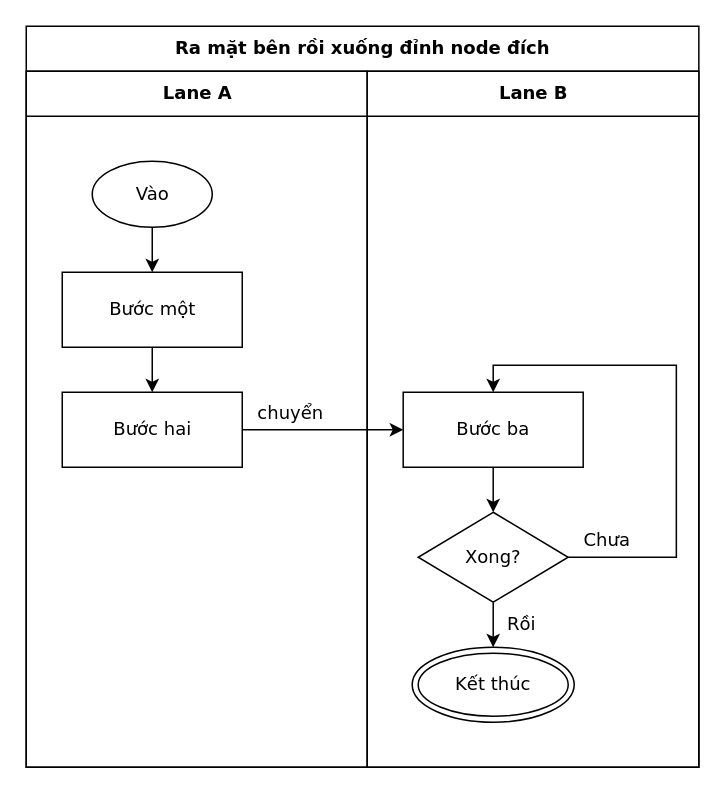
luytbq/flowcast keeps this draw.io diagram as conformance/golden/cases/29-route-l-down.drawio. Above is the earlier version. Source tidied: cells renumbered, new cells numbered last; positions are measured from the earlier drawing's top-left corner, leaving out a move shared by most shapes. Both pictures are drawn from the tidied source at 150%, with x=0, y=0 at pixel (26, 26).
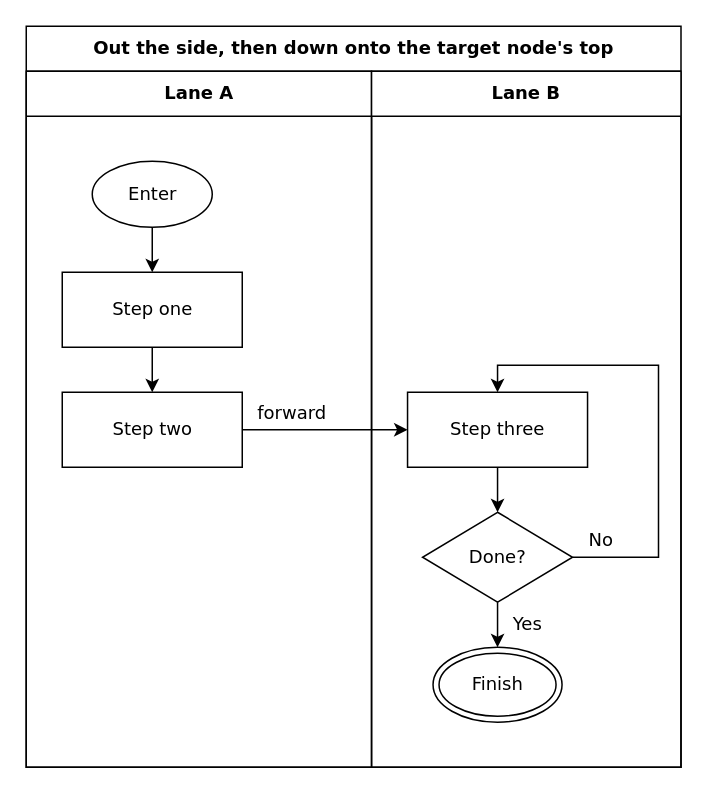
The same diagram, later.

The edit, as a diff of the source:
```diff
@@
-    <mxCell id="2" value="Ra mặt bên rồi xuống đỉnh node đích" style="swimlane;html=1;startSize=30;fontStyle=1;fontFamily=Verdana;fontSize=12;flowtable=1;" parent="1" vertex="1">
-      <mxGeometry width="448.4" height="494" as="geometry" />
+    <mxCell id="2" value="Out the side, then down onto the target node's top" style="swimlane;html=1;startSize=30;fontStyle=1;fontFamily=Verdana;fontSize=12;flowtable=1;" parent="1" vertex="1">
+      <mxGeometry width="436.5" height="494" as="geometry" />
     </mxCell>
     <mxCell id="3" value="Lane A" style="swimlane;html=1;startSize=30;fontFamily=Verdana;fontSize=12;flowtable=1;" parent="2" vertex="1">
-      <mxGeometry y="30" width="227.3" height="464" as="geometry" />
+      <mxGeometry y="30" width="230.2" height="464" as="geometry" />
     </mxCell>
     <mxCell id="4" value="Lane B" style="swimlane;html=1;startSize=30;fontFamily=Verdana;fontSize=12;flowtable=1;" parent="2" vertex="1">
-      <mxGeometry x="227.3" y="30" width="221.1" height="464" as="geometry" />
+      <mxGeometry x="230.2" y="30" width="206.3" height="464" as="geometry" />
     </mxCell>
-    <mxCell id="5" value="Vào" style="ellipse;html=1;fontFamily=Verdana;fontSize=12;flowtable=1;" parent="3" vertex="1">
+    <mxCell id="5" value="Enter" style="ellipse;html=1;fontFamily=Verdana;fontSize=12;flowtable=1;" parent="3" vertex="1">
       <mxGeometry x="44" y="60" width="80" height="44" as="geometry" />
     </mxCell>
-    <mxCell id="6" value="Bước một" style="rounded=0;html=1;fontFamily=Verdana;fontSize=12;flowtable=1;" parent="3" vertex="1">
+    <mxCell id="6" value="Step one" style="rounded=0;html=1;fontFamily=Verdana;fontSize=12;flowtable=1;" parent="3" vertex="1">
       <mxGeometry x="24" y="134" width="120" height="50" as="geometry" />
     </mxCell>
-    <mxCell id="7" value="Bước hai" style="rounded=0;html=1;fontFamily=Verdana;fontSize=12;flowtable=1;" parent="3" vertex="1">
+    <mxCell id="7" value="Step two" style="rounded=0;html=1;fontFamily=Verdana;fontSize=12;flowtable=1;" parent="3" vertex="1">
       <mxGeometry x="24" y="214" width="120" height="50" as="geometry" />
     </mxCell>
-    <mxCell id="8" value="Bước ba" style="rounded=0;html=1;fontFamily=Verdana;fontSize=12;flowtable=1;" parent="4" vertex="1">
+    <mxCell id="8" value="Step three" style="rounded=0;html=1;fontFamily=Verdana;fontSize=12;flowtable=1;" parent="4" vertex="1">
       <mxGeometry x="24" y="214" width="120" height="50" as="geometry" />
     </mxCell>
-    <mxCell id="9" value="Xong?" style="rhombus;html=1;fontFamily=Verdana;fontSize=12;flowtable=1;" parent="4" vertex="1">
+    <mxCell id="9" value="Done?" style="rhombus;html=1;fontFamily=Verdana;fontSize=12;flowtable=1;" parent="4" vertex="1">
       <mxGeometry x="34" y="294" width="100" height="60" as="geometry" />
     </mxCell>
-    <mxCell id="10" value="Kết thúc" style="shape=doubleEllipse;html=1;fontFamily=Verdana;fontSize=12;flowtable=1;" parent="4" vertex="1">
-      <mxGeometry x="30" y="384" width="108" height="50" as="geometry" />
+    <mxCell id="10" value="Finish" style="shape=doubleEllipse;html=1;fontFamily=Verdana;fontSize=12;flowtable=1;" parent="4" vertex="1">
+      <mxGeometry x="41" y="384" width="86" height="50" as="geometry" />
     </mxCell>
@@
-    <mxCell id="13" value="chuyển" style="edgeStyle=orthogonalEdgeStyle;rounded=0;jettySize=auto;html=1;labelBackgroundColor=default;exitX=1;exitY=0.5;exitDx=0;exitDy=0;entryX=0;entryY=0.5;entryDx=0;entryDy=0;fontFamily=Verdana;fontSize=12;flowtable=1;" parent="2" edge="1" source="7" target="8">
-      <mxGeometry x="-0.41" relative="1" as="geometry">
+    <mxCell id="13" value="forward" style="edgeStyle=orthogonalEdgeStyle;rounded=0;jettySize=auto;html=1;labelBackgroundColor=default;exitX=1;exitY=0.5;exitDx=0;exitDy=0;entryX=0;entryY=0.5;entryDx=0;entryDy=0;fontFamily=Verdana;fontSize=12;flowtable=1;" parent="2" edge="1" source="7" target="8">
+      <mxGeometry x="-0.4" relative="1" as="geometry">
         <mxPoint y="-11.5" as="offset" />
       </mxGeometry>
     </mxCell>
@@
-    <mxCell id="15" value="Chưa" style="edgeStyle=orthogonalEdgeStyle;rounded=0;jettySize=auto;html=1;labelBackgroundColor=default;exitX=1;exitY=0.5;exitDx=0;exitDy=0;entryX=0.5;entryY=0;entryDx=0;entryDy=0;fontFamily=Verdana;fontSize=12;flowtable=1;" parent="2" edge="1" source="9" target="8">
-      <mxGeometry x="-0.85" relative="1" as="geometry">
+    <mxCell id="15" value="No" style="edgeStyle=orthogonalEdgeStyle;rounded=0;jettySize=auto;html=1;labelBackgroundColor=default;exitX=1;exitY=0.5;exitDx=0;exitDy=0;entryX=0.5;entryY=0;entryDx=0;entryDy=0;fontFamily=Verdana;fontSize=12;flowtable=1;" parent="2" edge="1" source="9" target="8">
+      <mxGeometry x="-0.88" relative="1" as="geometry">
         <Array as="points">
-          <mxPoint x="433.4" y="354" />
-          <mxPoint x="433.4" y="226" />
-          <mxPoint x="311.3" y="226" />
+          <mxPoint x="421.5" y="354" />
+          <mxPoint x="421.5" y="226" />
+          <mxPoint x="314.2" y="226" />
         </Array>
         <mxPoint y="-11.5" as="offset" />
       </mxGeometry>
     </mxCell>
-    <mxCell id="16" value="Rồi" style="edgeStyle=orthogonalEdgeStyle;rounded=0;jettySize=auto;html=1;labelBackgroundColor=default;exitX=0.5;exitY=1;exitDx=0;exitDy=0;entryX=0.5;entryY=0;entryDx=0;entryDy=0;fontFamily=Verdana;fontSize=12;flowtable=1;" parent="2" edge="1" source="9" target="10">
+    <mxCell id="16" value="Yes" style="edgeStyle=orthogonalEdgeStyle;rounded=0;jettySize=auto;html=1;labelBackgroundColor=default;exitX=0.5;exitY=1;exitDx=0;exitDy=0;entryX=0.5;entryY=0;entryDx=0;entryDy=0;fontFamily=Verdana;fontSize=12;flowtable=1;" parent="2" edge="1" source="9" target="10">
       <mxGeometry x="-0.03" relative="1" as="geometry">
-        <mxPoint x="18.5" as="offset" />
+        <mxPoint x="19.4" as="offset" />
       </mxGeometry>
     </mxCell>
```
